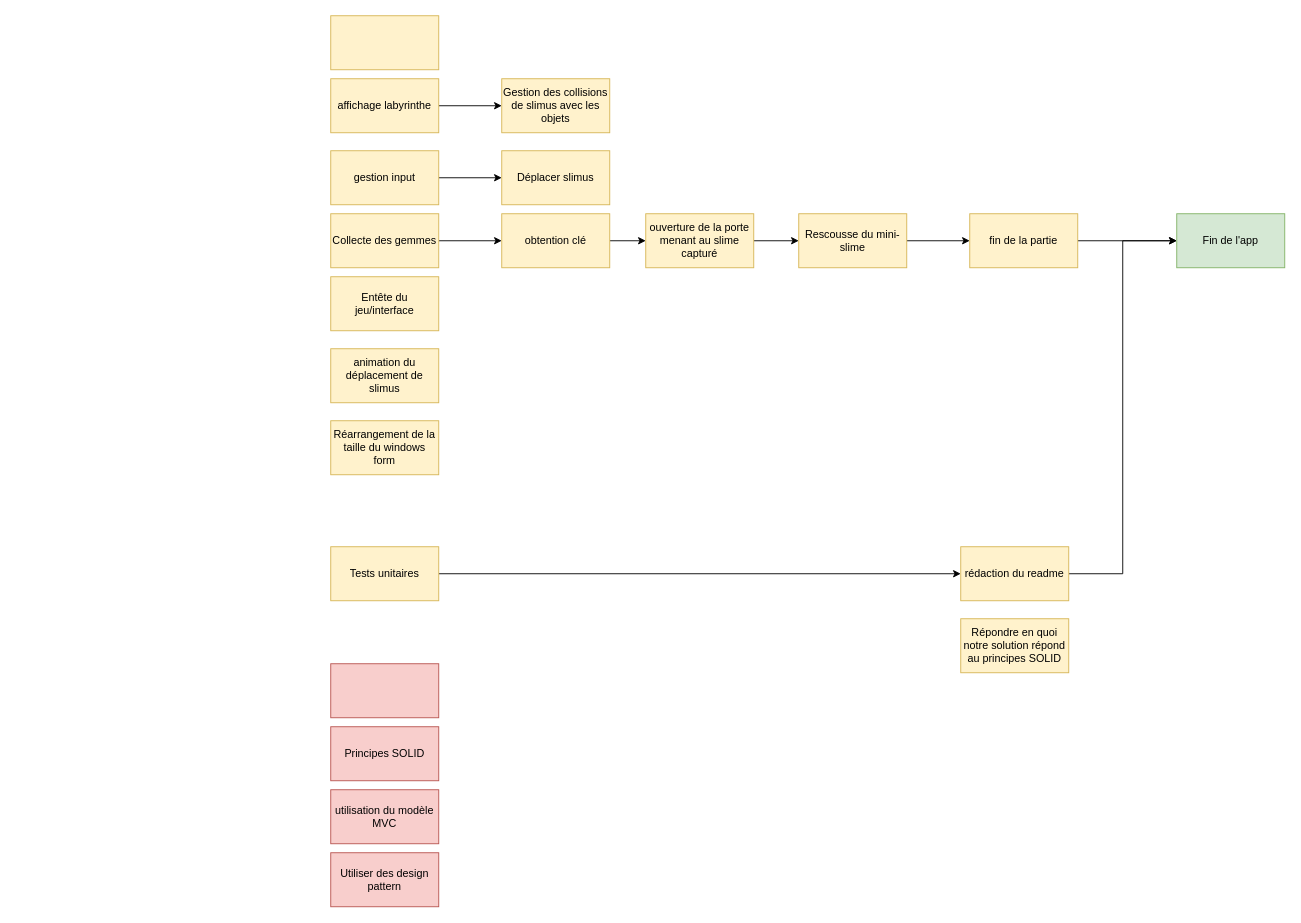
Earlier version of the draw.io diagram interdependanceTree.drawio (AlexCampanozzi/mda). Source tidied: cells renumbered, new cells numbered last; positions are measured from the earlier drawing's top-left corner, leaving out a move shared by most shapes. Both pictures are drawn from the tidied source at 90%, with x=0, y=0 at pixel (330, 15).
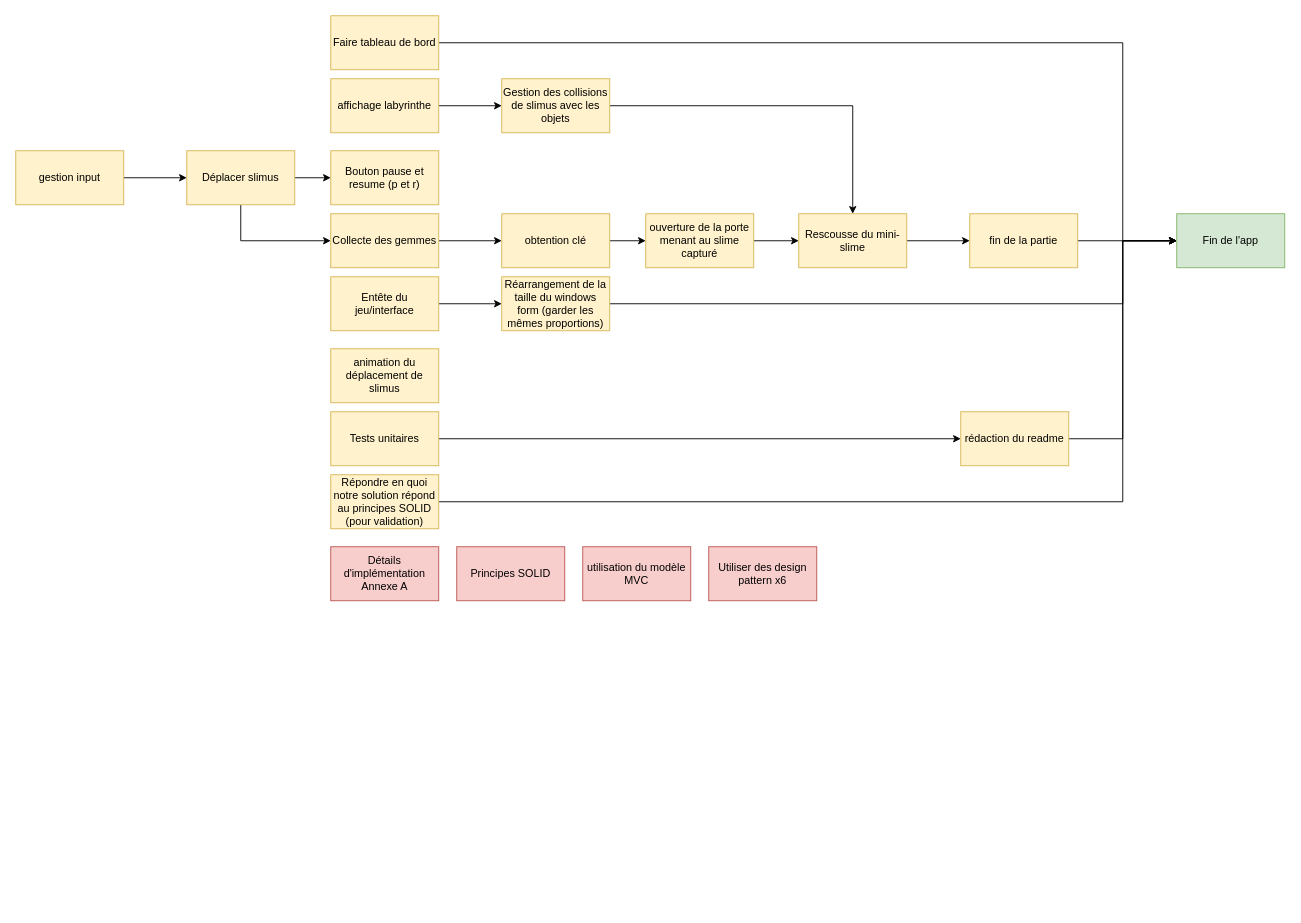
The same page after the edit.

Commit message:
finished a first iteration of the itnerdependance tree

The change refers to these unchanged cells:
```xml
<mxCell id="8" value="Gestion des collisions de slimus avec les objets" style="rounded=0;whiteSpace=wrap;html=1;fillColor=#fff2cc;strokeColor=#d6b656;" parent="1" vertex="1">
  <mxGeometry x="190" y="70" width="120" height="60" as="geometry" />
</mxCell>
<mxCell id="10" value="Collecte des gemmes" style="rounded=0;whiteSpace=wrap;html=1;fillColor=#fff2cc;strokeColor=#d6b656;" parent="1" vertex="1">
  <mxGeometry y="220" width="120" height="60" as="geometry" />
</mxCell>
<mxCell id="11" value="Entête du jeu/interface" style="rounded=0;whiteSpace=wrap;html=1;fillColor=#fff2cc;strokeColor=#d6b656;" parent="1" vertex="1">
  <mxGeometry y="290" width="120" height="60" as="geometry" />
</mxCell>
<mxCell id="18" value="Rescousse du mini-slime" style="rounded=0;whiteSpace=wrap;html=1;fillColor=#fff2cc;strokeColor=#d6b656;" parent="1" vertex="1">
  <mxGeometry x="520" y="220" width="120" height="60" as="geometry" />
</mxCell>
<mxCell id="22" value="Fin de l'app" style="rounded=0;whiteSpace=wrap;html=1;fillColor=#d5e8d4;strokeColor=#82b366;" parent="1" vertex="1">
  <mxGeometry x="940" y="220" width="120" height="60" as="geometry" />
</mxCell>
```

The edit, as a diff of the source:
```diff
@@
     <mxCell id="5" value="gestion input" style="rounded=0;whiteSpace=wrap;html=1;fillColor=#fff2cc;strokeColor=#d6b656;" parent="1" vertex="1">
-      <mxGeometry y="150" width="120" height="60" as="geometry" />
+      <mxGeometry x="-350" y="150" width="120" height="60" as="geometry" />
     </mxCell>
+    <mxCell id="32" style="edgeStyle=orthogonalEdgeStyle;rounded=0;jettySize=auto;html=1;exitX=1;exitY=0.5;exitDx=0;exitDy=0;entryX=0;entryY=0.5;entryDx=0;entryDy=0;" parent="1" edge="1" source="6" target="22">
+      <mxGeometry relative="1" as="geometry">
+        <Array as="points">
+          <mxPoint x="880" y="30" />
+          <mxPoint x="880" y="250" />
+        </Array>
+      </mxGeometry>
+    </mxCell>
-    <mxCell id="6" style="rounded=0;whiteSpace=wrap;html=1;fillColor=#fff2cc;strokeColor=#d6b656;" parent="1" vertex="1">
+    <mxCell id="6" value="Faire tableau de bord" style="rounded=0;whiteSpace=wrap;html=1;fillColor=#fff2cc;strokeColor=#d6b656;" parent="1" vertex="1">
       <mxGeometry width="120" height="60" as="geometry" />
     </mxCell>
+    <mxCell id="33" style="edgeStyle=orthogonalEdgeStyle;rounded=0;jettySize=auto;html=1;exitX=1;exitY=0.5;exitDx=0;exitDy=0;entryX=0;entryY=0.5;entryDx=0;entryDy=0;" parent="1" edge="1" source="7" target="39">
+      <mxGeometry relative="1" as="geometry" />
+    </mxCell>
+    <mxCell id="34" style="edgeStyle=orthogonalEdgeStyle;rounded=0;jettySize=auto;html=1;exitX=0.5;exitY=1;exitDx=0;exitDy=0;entryX=0;entryY=0.5;entryDx=0;entryDy=0;" parent="1" edge="1" source="7" target="10">
+      <mxGeometry relative="1" as="geometry" />
+    </mxCell>
     <mxCell id="7" value="Déplacer slimus" style="rounded=0;whiteSpace=wrap;html=1;fillColor=#fff2cc;strokeColor=#d6b656;" parent="1" vertex="1">
-      <mxGeometry x="190" y="150" width="120" height="60" as="geometry" />
+      <mxGeometry x="-160" y="150" width="120" height="60" as="geometry" />
     </mxCell>
+    <mxCell id="35" style="edgeStyle=orthogonalEdgeStyle;rounded=0;jettySize=auto;html=1;exitX=1;exitY=0.5;exitDx=0;exitDy=0;" parent="1" edge="1" source="8" target="18">
+      <mxGeometry relative="1" as="geometry" />
+    </mxCell>
@@
+    <mxCell id="36" style="edgeStyle=orthogonalEdgeStyle;rounded=0;jettySize=auto;html=1;exitX=1;exitY=0.5;exitDx=0;exitDy=0;entryX=0;entryY=0.5;entryDx=0;entryDy=0;" parent="1" edge="1" source="11" target="21">
+      <mxGeometry relative="1" as="geometry" />
+    </mxCell>
@@
+    <mxCell id="37" style="edgeStyle=orthogonalEdgeStyle;rounded=0;jettySize=auto;html=1;exitX=1;exitY=0.5;exitDx=0;exitDy=0;entryX=0;entryY=0.5;entryDx=0;entryDy=0;" parent="1" edge="1" source="21" target="22">
+      <mxGeometry relative="1" as="geometry">
+        <Array as="points">
+          <mxPoint x="880" y="320" />
+          <mxPoint x="880" y="250" />
+        </Array>
+      </mxGeometry>
+    </mxCell>
-    <mxCell id="21" value="Réarrangement de la taille du windows form" style="rounded=0;whiteSpace=wrap;html=1;fillColor=#fff2cc;strokeColor=#d6b656;" parent="1" vertex="1">
-      <mxGeometry y="450" width="120" height="60" as="geometry" />
+    <mxCell id="21" value="Réarrangement de la taille du windows form (garder les mêmes proportions)" style="rounded=0;whiteSpace=wrap;html=1;fillColor=#fff2cc;strokeColor=#d6b656;" parent="1" vertex="1">
+      <mxGeometry x="190" y="290" width="120" height="60" as="geometry" />
     </mxCell>
@@
     <mxCell id="24" value="rédaction du readme" style="rounded=0;whiteSpace=wrap;html=1;fillColor=#fff2cc;strokeColor=#d6b656;" parent="1" vertex="1">
-      <mxGeometry x="700" y="590" width="120" height="60" as="geometry" />
+      <mxGeometry x="700" y="440" width="120" height="60" as="geometry" />
     </mxCell>
@@
     <mxCell id="26" value="Tests unitaires" style="rounded=0;whiteSpace=wrap;html=1;fillColor=#fff2cc;strokeColor=#d6b656;" parent="1" vertex="1">
-      <mxGeometry y="590" width="120" height="60" as="geometry" />
+      <mxGeometry y="440" width="120" height="60" as="geometry" />
     </mxCell>
+    <mxCell id="38" style="edgeStyle=orthogonalEdgeStyle;rounded=0;jettySize=auto;html=1;exitX=1;exitY=0.5;exitDx=0;exitDy=0;entryX=0;entryY=0.5;entryDx=0;entryDy=0;" parent="1" edge="1" source="27" target="22">
+      <mxGeometry relative="1" as="geometry">
+        <Array as="points">
+          <mxPoint x="880" y="540" />
+          <mxPoint x="880" y="250" />
+        </Array>
+      </mxGeometry>
+    </mxCell>
-    <mxCell id="27" value="Répondre en quoi notre solution répond au principes SOLID" style="rounded=0;whiteSpace=wrap;html=1;fillColor=#fff2cc;strokeColor=#d6b656;" parent="1" vertex="1">
-      <mxGeometry x="700" y="670" width="120" height="60" as="geometry" />
+    <mxCell id="27" value="Répondre en quoi notre solution répond au principes SOLID (pour validation)" style="rounded=0;whiteSpace=wrap;html=1;fillColor=#fff2cc;strokeColor=#d6b656;" parent="1" vertex="1">
+      <mxGeometry y="510" width="120" height="60" as="geometry" />
     </mxCell>
-    <mxCell id="28" style="rounded=0;whiteSpace=wrap;html=1;fillColor=#f8cecc;strokeColor=#b85450;" parent="1" vertex="1">
-      <mxGeometry y="720" width="120" height="60" as="geometry" />
+    <mxCell id="28" value="Détails d'implémentation Annexe A" style="rounded=0;whiteSpace=wrap;html=1;fillColor=#f8cecc;strokeColor=#b85450;" parent="1" vertex="1">
+      <mxGeometry y="590" width="120" height="60" as="geometry" />
     </mxCell>
     <mxCell id="29" value="Principes SOLID" style="rounded=0;whiteSpace=wrap;html=1;fillColor=#f8cecc;strokeColor=#b85450;" parent="1" vertex="1">
-      <mxGeometry y="790" width="120" height="60" as="geometry" />
+      <mxGeometry x="140" y="590" width="120" height="60" as="geometry" />
     </mxCell>
     <mxCell id="30" value="utilisation du modèle MVC" style="rounded=0;whiteSpace=wrap;html=1;fillColor=#f8cecc;strokeColor=#b85450;" parent="1" vertex="1">
-      <mxGeometry y="860" width="120" height="60" as="geometry" />
+      <mxGeometry x="280" y="590" width="120" height="60" as="geometry" />
     </mxCell>
-    <mxCell id="31" value="Utiliser des design pattern" style="rounded=0;whiteSpace=wrap;html=1;fillColor=#f8cecc;strokeColor=#b85450;" parent="1" vertex="1">
-      <mxGeometry y="930" width="120" height="60" as="geometry" />
+    <mxCell id="31" value="Utiliser des design pattern x6" style="rounded=0;whiteSpace=wrap;html=1;fillColor=#f8cecc;strokeColor=#b85450;" parent="1" vertex="1">
+      <mxGeometry x="420" y="590" width="120" height="60" as="geometry" />
     </mxCell>
+    <mxCell id="39" value="Bouton pause et resume (p et r)" style="rounded=0;whiteSpace=wrap;html=1;fillColor=#fff2cc;strokeColor=#d6b656;" parent="1" vertex="1">
+      <mxGeometry y="150" width="120" height="60" as="geometry" />
+    </mxCell>
```
